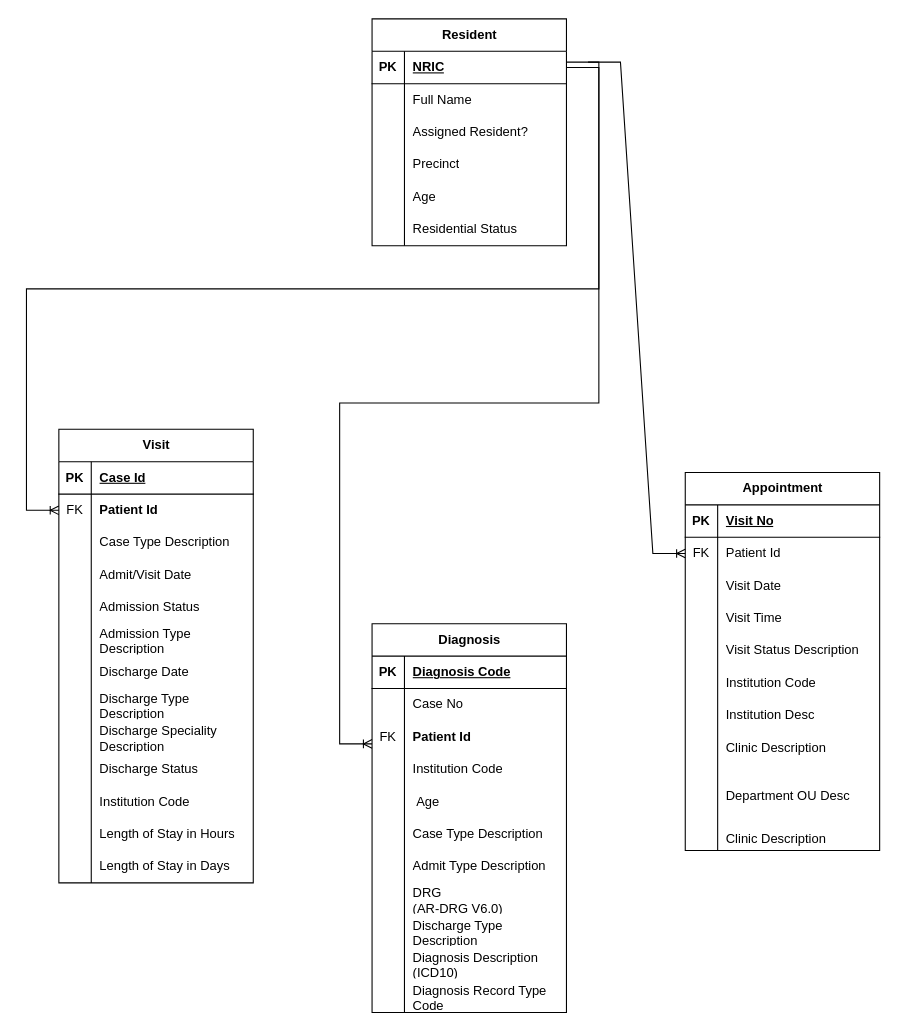
Above: Design/eHints Entity Diagram.drawio in pavanmanideep/Tools (draw.io), before the change. Source tidied: cells renumbered, new cells numbered last; positions are measured from the earlier drawing's top-left corner, leaving out a move shared by most shapes. Both pictures are drawn from the tidied source at 108%, with x=0, y=0 at pixel (58, 18).
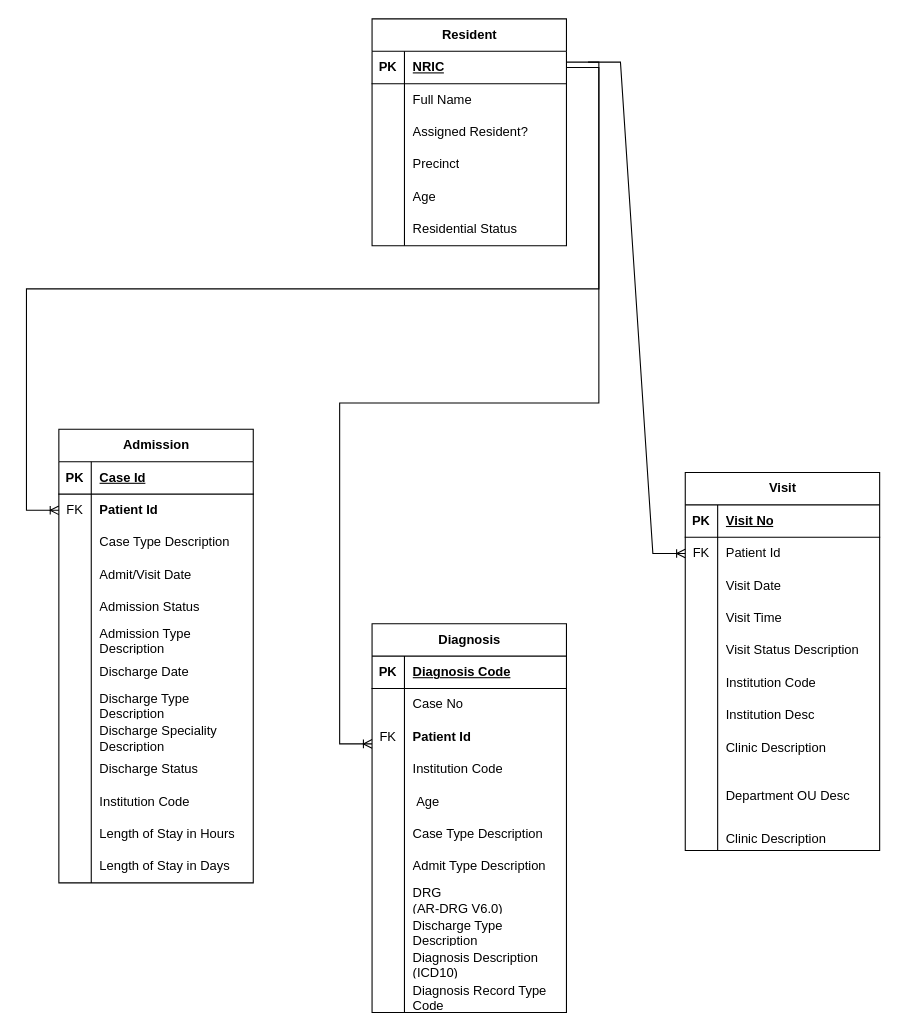
The same diagram, later.

Change to the diagram source:
```diff
@@
-    <mxCell id="21" value="Visit" style="shape=table;startSize=30;childLayout=tableLayout;rowLines=0;fontStyle=1;align=center;html=1;" parent="1" vertex="1">
+    <mxCell id="21" value="Admission" style="shape=table;startSize=30;childLayout=tableLayout;rowLines=0;fontStyle=1;align=center;html=1;" parent="1" vertex="1">
       <mxGeometry y="380" width="180" height="420" as="geometry" />
     </mxCell>
@@
-    <mxCell id="61" value="Appointment" style="shape=table;startSize=30;childLayout=tableLayout;rowLines=0;fontStyle=1;align=center;html=1;" parent="1" vertex="1">
+    <mxCell id="61" value="Visit" style="shape=table;startSize=30;childLayout=tableLayout;rowLines=0;fontStyle=1;align=center;html=1;" parent="1" vertex="1">
       <mxGeometry x="580" y="420" width="180" height="350" as="geometry" />
     </mxCell>
```
